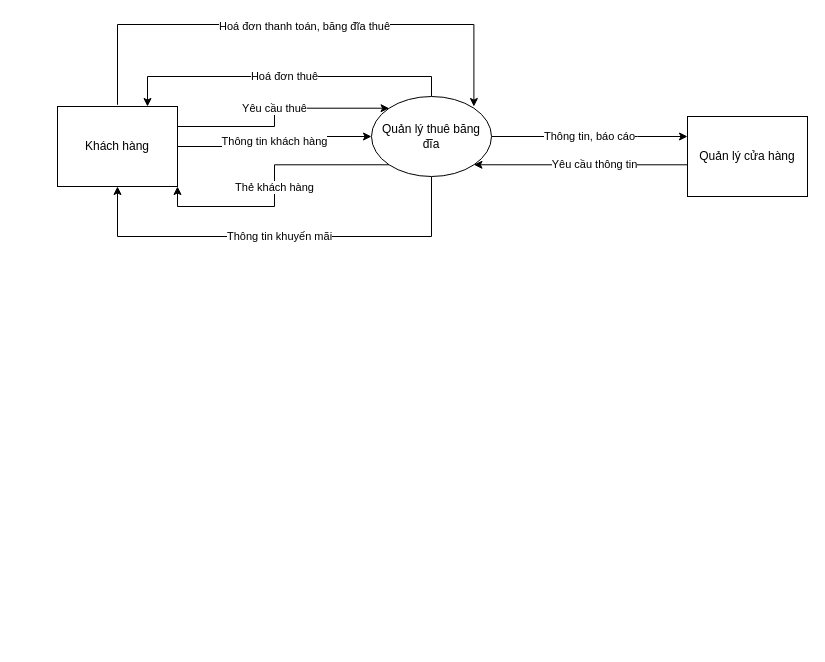
The draw.io diagram Data Flow.drawio in HARKINGS/UML, before the edit. Source tidied: cells renumbered, new cells numbered last; positions are measured from the earlier drawing's top-left corner, leaving out a move shared by most shapes. Both pictures are drawn from the tidied source at 100%, with x=0, y=0 at pixel (57, 24).
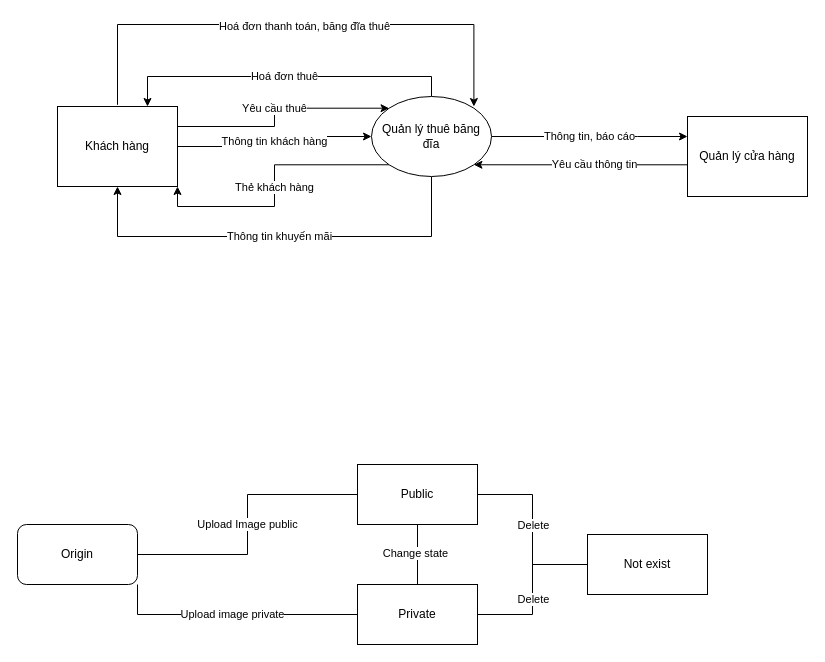
The same diagram, later.

Commit message (it also covers changes not shown here):
Cập nhật Data Flow.drawio

Change to the diagram source:
```diff
@@
+    <mxCell id="14" value="Upload Image public" style="edgeStyle=orthogonalEdgeStyle;rounded=0;jettySize=auto;html=1;exitX=1;exitY=0.5;exitDx=0;exitDy=0;endArrow=none;endFill=0;" parent="1" edge="1" source="16" target="21">
+      <mxGeometry relative="1" as="geometry" />
+    </mxCell>
+    <mxCell id="15" value="Upload image private" style="edgeStyle=orthogonalEdgeStyle;rounded=0;jettySize=auto;html=1;exitX=1;exitY=1;exitDx=0;exitDy=0;entryX=0;entryY=0.5;entryDx=0;entryDy=0;endArrow=none;endFill=0;" parent="1" edge="1" source="16" target="24">
+      <mxGeometry relative="1" as="geometry" />
+    </mxCell>
+    <mxCell id="16" value="Origin" style="rounded=1;whiteSpace=wrap;html=1;" parent="1" vertex="1">
+      <mxGeometry x="-40" y="500" width="120" height="60" as="geometry" />
+    </mxCell>
+    <mxCell id="17" style="edgeStyle=orthogonalEdgeStyle;rounded=0;jettySize=auto;html=1;exitX=1;exitY=0.5;exitDx=0;exitDy=0;entryX=0;entryY=0.5;entryDx=0;entryDy=0;endArrow=none;endFill=0;" parent="1" edge="1" source="21" target="25">
+      <mxGeometry relative="1" as="geometry" />
+    </mxCell>
+    <mxCell id="18" value="Delete" style="edgeLabel;html=1;align=center;verticalAlign=middle;" parent="17" vertex="1">
+      <mxGeometry x="-0.06" relative="1" as="geometry" />
+    </mxCell>
+    <mxCell id="19" style="edgeStyle=orthogonalEdgeStyle;rounded=0;jettySize=auto;html=1;exitX=0.5;exitY=1;exitDx=0;exitDy=0;entryX=0.5;entryY=0;entryDx=0;entryDy=0;endArrow=none;endFill=0;" parent="1" edge="1" source="21" target="24">
+      <mxGeometry relative="1" as="geometry" />
+    </mxCell>
+    <mxCell id="20" value="Change state" style="edgeLabel;html=1;align=center;verticalAlign=middle;" parent="19" vertex="1">
+      <mxGeometry x="-0.07" y="-3" relative="1" as="geometry" />
+    </mxCell>
+    <mxCell id="21" value="Public" style="rounded=0;whiteSpace=wrap;html=1;" parent="1" vertex="1">
+      <mxGeometry x="300" y="440" width="120" height="60" as="geometry" />
+    </mxCell>
+    <mxCell id="22" style="edgeStyle=orthogonalEdgeStyle;rounded=0;jettySize=auto;html=1;exitX=1;exitY=0.5;exitDx=0;exitDy=0;entryX=0;entryY=0.5;entryDx=0;entryDy=0;endArrow=none;endFill=0;" parent="1" edge="1" source="24" target="25">
+      <mxGeometry relative="1" as="geometry" />
+    </mxCell>
+    <mxCell id="23" value="Delete" style="edgeLabel;html=1;align=center;verticalAlign=middle;" parent="22" vertex="1">
+      <mxGeometry x="-0.11" relative="1" as="geometry" />
+    </mxCell>
+    <mxCell id="24" value="Private" style="rounded=0;whiteSpace=wrap;html=1;" parent="1" vertex="1">
+      <mxGeometry x="300" y="560" width="120" height="60" as="geometry" />
+    </mxCell>
+    <mxCell id="25" value="Not exist" style="rounded=0;whiteSpace=wrap;html=1;" parent="1" vertex="1">
+      <mxGeometry x="530" y="510" width="120" height="60" as="geometry" />
+    </mxCell>
```
